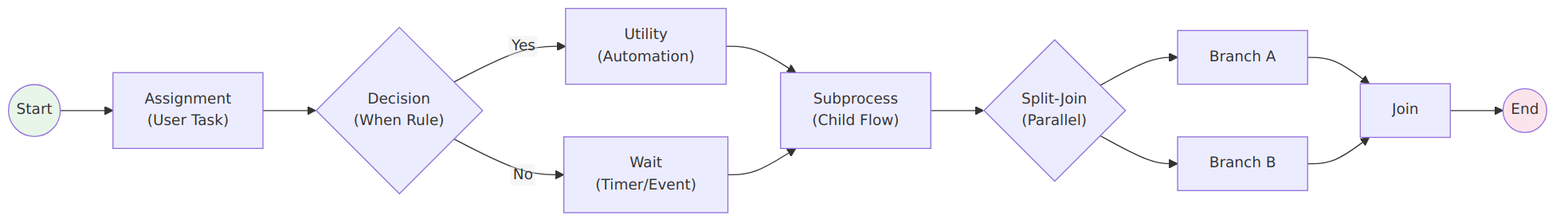
pratham-vishk/pega-interview-romance-guide keeps this Mermaid diagram as pega-interview-prep/diagrams/03-flow-shapes.png. Above is the earlier version. Its source is kept beside it as pega-interview-prep/diagrams/03-flow-shapes.mmd. Source of this version:
```mermaid
flowchart LR
    START((Start)) --> ASSIGN["Assignment\n(User Task)"]
    ASSIGN --> DEC{"Decision\n(When Rule)"}
    DEC -->|Yes| UTIL["Utility\n(Automation)"]
    DEC -->|No| WAIT["Wait\n(Timer/Event)"]
    UTIL --> SUB["Subprocess\n(Child Flow)"]
    WAIT --> SUB
    SUB --> SPLIT{"Split-Join\n(Parallel)"}
    SPLIT --> SJ1["Branch A"]
    SPLIT --> SJ2["Branch B"]
    SJ1 --> JOIN["Join"]
    SJ2 --> JOIN
    JOIN --> END((End))

    style START fill:#e8f5e9
    style END fill:#fce4ec
```
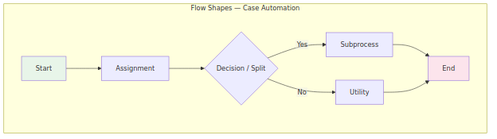
After the commit.

Diff of the diagram source:
```diff
@@ -1,16 +1,12 @@
-flowchart LR
-    START((Start)) --> ASSIGN["Assignment\n(User Task)"]
-    ASSIGN --> DEC{"Decision\n(When Rule)"}
-    DEC -->|Yes| UTIL["Utility\n(Automation)"]
-    DEC -->|No| WAIT["Wait\n(Timer/Event)"]
-    UTIL --> SUB["Subprocess\n(Child Flow)"]
-    WAIT --> SUB
-    SUB --> SPLIT{"Split-Join\n(Parallel)"}
-    SPLIT --> SJ1["Branch A"]
-    SPLIT --> SJ2["Branch B"]
-    SJ1 --> JOIN["Join"]
-    SJ2 --> JOIN
-    JOIN --> END((End))
+flowchart TD
+    subgraph shapes["Flow Shapes — Case Automation"]
+        S["Start"] --> A["Assignment"]
+        A --> D{"Decision / Split"}
+        D -->|Yes| P["Subprocess"]
+        D -->|No| U["Utility"]
+        P --> E["End"]
+        U --> E
+    end
 
-    style START fill:#e8f5e9
-    style END fill:#fce4ec
+    style S fill:#e8f5e9
+    style E fill:#fce4ec
```
